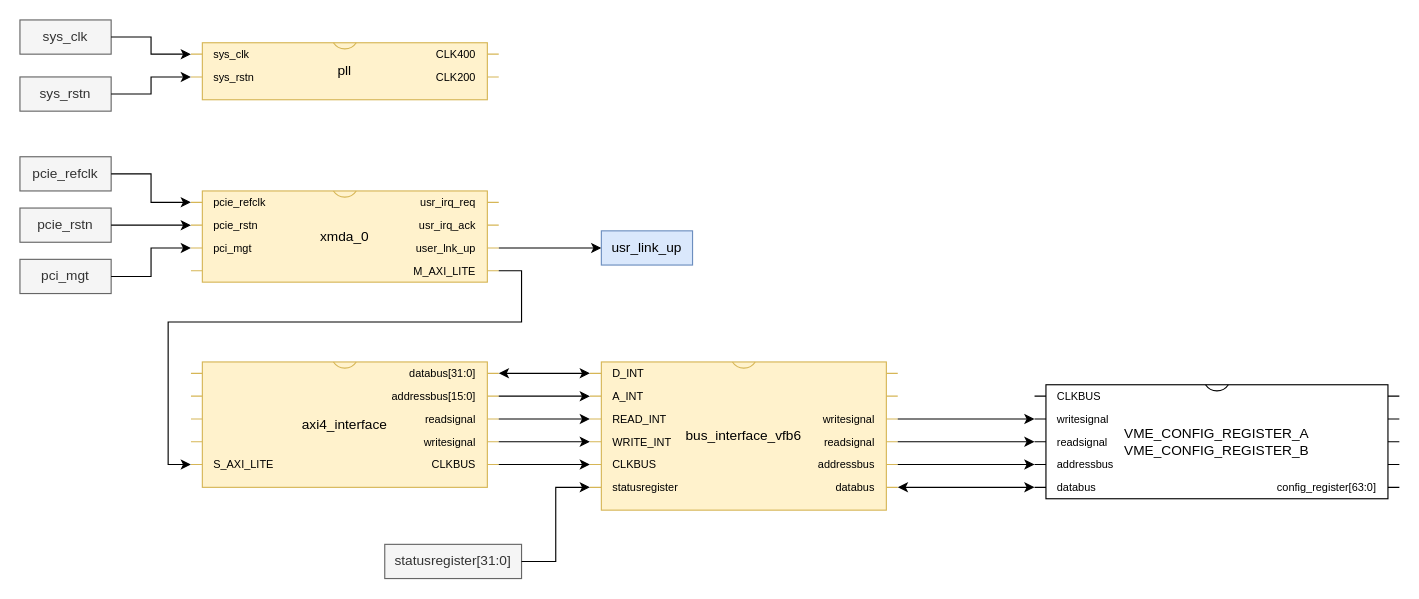
Above: documentation/diagram/axi4lite_interface/axi4lite_test.drawio in sights-c/jTDC_with_PCIe (draw.io), before the change. Source tidied: cells renumbered, new cells numbered last; positions are measured from the earlier drawing's top-left corner, leaving out a move shared by most shapes. Both pictures are drawn from the tidied source at 114%, with x=0, y=0 at pixel (19, 19).
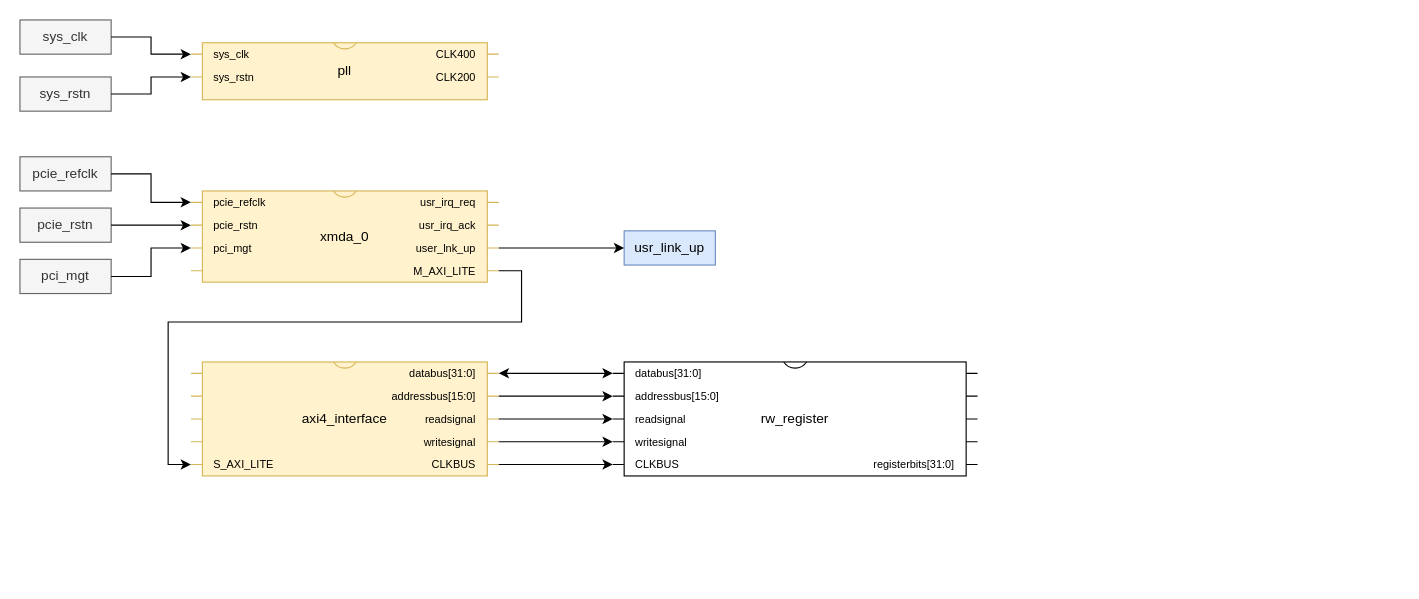
After the change.

Commit message (it also covers changes not shown here):
update axilite interface design

What changed in the source:
```diff
@@
-    <mxCell id="2" value="bus_interface_vfb6" style="shadow=0;dashed=0;align=center;html=1;strokeWidth=1;shape=mxgraph.electrical.logic_gates.dual_inline_ic;labelNames=D_INT,A_INT,READ_INT,WRITE_INT,CLKBUS,statusregister,databus,addressbus,readsignal,writesignal;whiteSpace=wrap;pinLabelType=cust;labelCount=12;fillColor=#fff2cc;strokeColor=#d6b656;" parent="1" vertex="1">
-      <mxGeometry x="500" y="300" width="270" height="130" as="geometry" />
-    </mxCell>
-    <mxCell id="3" value="VME_CONFIG_REGISTER_A&lt;div&gt;VME_CONFIG_REGISTER_B&lt;/div&gt;" style="shadow=0;dashed=0;align=center;html=1;strokeWidth=1;shape=mxgraph.electrical.logic_gates.dual_inline_ic;labelNames=CLKBUS,writesignal,readsignal,addressbus,databus,config_register[63:0];whiteSpace=wrap;pinLabelType=cust;labelCount=6;" parent="1" vertex="1">
-      <mxGeometry x="890" y="320" width="320" height="100" as="geometry" />
+    <mxCell id="3" value="rw_register" style="shadow=0;dashed=0;align=center;html=1;strokeWidth=1;shape=mxgraph.electrical.logic_gates.dual_inline_ic;labelNames=databus%5B31%3A0%5D,addressbus%5B15%3A0%5D,readsignal,writesignal,CLKBUS,registerbits%5B31%3A0%5D;whiteSpace=wrap;pinLabelType=cust;labelCount=6;" parent="1" vertex="1">
+      <mxGeometry x="520" y="300" width="320" height="100" as="geometry" />
     </mxCell>
-    <mxCell id="4" value="statusregister[31:0]" style="text;html=1;align=center;verticalAlign=middle;whiteSpace=wrap;rounded=0;fillColor=#f5f5f5;fontColor=#333333;strokeColor=#666666;" parent="1" vertex="1">
-      <mxGeometry x="320" y="460" width="120" height="30" as="geometry" />
-    </mxCell>
-    <mxCell id="5" style="edgeStyle=orthogonalEdgeStyle;rounded=0;jettySize=auto;html=1;exitX=1;exitY=0.5;exitDx=0;exitDy=0;entryX=0;entryY=0;entryDx=0;entryDy=110;entryPerimeter=0;" parent="1" edge="1" source="4" target="2">
-      <mxGeometry relative="1" as="geometry" />
-    </mxCell>
     <mxCell id="6" value="axi4_interface" style="shadow=0;dashed=0;align=center;html=1;strokeWidth=1;shape=mxgraph.electrical.logic_gates.dual_inline_ic;labelNames=,,,,S_AXI_LITE,CLKBUS,writesignal,readsignal,addressbus%5B15%3A0%5D,databus%5B31%3A0%5D;whiteSpace=wrap;pinLabelType=cust;labelCount=10;fillColor=#fff2cc;strokeColor=#d6b656;" parent="1" vertex="1">
-      <mxGeometry x="150" y="300" width="270" height="110" as="geometry" />
+      <mxGeometry x="150" y="300" width="270" height="100" as="geometry" />
     </mxCell>
-    <mxCell id="7" style="edgeStyle=orthogonalEdgeStyle;rounded=0;jettySize=auto;html=1;exitX=1;exitY=0;exitDx=0;exitDy=90;exitPerimeter=0;entryX=0;entryY=0;entryDx=0;entryDy=90;entryPerimeter=0;" parent="1" edge="1" source="6" target="2">
-      <mxGeometry relative="1" as="geometry" />
-    </mxCell>
-    <mxCell id="8" style="edgeStyle=orthogonalEdgeStyle;rounded=0;jettySize=auto;html=1;exitX=1;exitY=0;exitDx=0;exitDy=70;exitPerimeter=0;entryX=0;entryY=0;entryDx=0;entryDy=70;entryPerimeter=0;" parent="1" edge="1" source="6" target="2">
-      <mxGeometry relative="1" as="geometry" />
-    </mxCell>
-    <mxCell id="9" style="edgeStyle=orthogonalEdgeStyle;rounded=0;jettySize=auto;html=1;exitX=1;exitY=0;exitDx=0;exitDy=50;exitPerimeter=0;entryX=0;entryY=0;entryDx=0;entryDy=50;entryPerimeter=0;" parent="1" edge="1" source="6" target="2">
-      <mxGeometry relative="1" as="geometry" />
-    </mxCell>
-    <mxCell id="10" style="edgeStyle=orthogonalEdgeStyle;rounded=0;jettySize=auto;html=1;exitX=1;exitY=0;exitDx=0;exitDy=30;exitPerimeter=0;entryX=0;entryY=0;entryDx=0;entryDy=30;entryPerimeter=0;" parent="1" edge="1" source="6" target="2">
-      <mxGeometry relative="1" as="geometry" />
-    </mxCell>
-    <mxCell id="11" style="edgeStyle=orthogonalEdgeStyle;rounded=0;jettySize=auto;html=1;exitX=1;exitY=0;exitDx=0;exitDy=10;exitPerimeter=0;entryX=0;entryY=0;entryDx=0;entryDy=10;entryPerimeter=0;startArrow=classic;startFill=1;" parent="1" edge="1" source="6" target="2">
-      <mxGeometry relative="1" as="geometry" />
-    </mxCell>
@@
     <mxCell id="23" value="usr_link_up" style="text;html=1;align=center;verticalAlign=middle;whiteSpace=wrap;rounded=0;fillColor=#dae8fc;strokeColor=#6c8ebf;" parent="1" vertex="1">
-      <mxGeometry x="510" y="185" width="80" height="30" as="geometry" />
+      <mxGeometry x="530" y="185" width="80" height="30" as="geometry" />
     </mxCell>
@@
-    <mxCell id="25" style="edgeStyle=orthogonalEdgeStyle;rounded=0;jettySize=auto;html=1;exitX=1;exitY=0;exitDx=0;exitDy=50;exitPerimeter=0;entryX=0;entryY=0;entryDx=0;entryDy=30;entryPerimeter=0;" parent="1" edge="1" source="2" target="3">
-      <mxGeometry relative="1" as="geometry" />
-    </mxCell>
-    <mxCell id="26" style="edgeStyle=orthogonalEdgeStyle;rounded=0;jettySize=auto;html=1;exitX=1;exitY=0;exitDx=0;exitDy=70;exitPerimeter=0;entryX=0;entryY=0;entryDx=0;entryDy=50;entryPerimeter=0;" parent="1" edge="1" source="2" target="3">
-      <mxGeometry relative="1" as="geometry" />
-    </mxCell>
-    <mxCell id="27" style="edgeStyle=orthogonalEdgeStyle;rounded=0;jettySize=auto;html=1;exitX=1;exitY=0;exitDx=0;exitDy=90;exitPerimeter=0;entryX=0;entryY=0;entryDx=0;entryDy=70;entryPerimeter=0;" parent="1" edge="1" source="2" target="3">
-      <mxGeometry relative="1" as="geometry" />
-    </mxCell>
-    <mxCell id="28" style="edgeStyle=orthogonalEdgeStyle;rounded=0;jettySize=auto;html=1;exitX=1;exitY=0;exitDx=0;exitDy=110;exitPerimeter=0;entryX=0;entryY=0;entryDx=0;entryDy=90;entryPerimeter=0;startArrow=classic;startFill=1;" parent="1" edge="1" source="2" target="3">
-      <mxGeometry relative="1" as="geometry" />
-    </mxCell>
@@
+    <mxCell id="31" style="edgeStyle=orthogonalEdgeStyle;rounded=0;jettySize=auto;html=1;exitX=1;exitY=0;exitDx=0;exitDy=10;exitPerimeter=0;entryX=0;entryY=0;entryDx=0;entryDy=10;entryPerimeter=0;startArrow=classic;startFill=1;" parent="1" edge="1" source="6" target="3">
+      <mxGeometry relative="1" as="geometry" />
+    </mxCell>
+    <mxCell id="32" style="edgeStyle=orthogonalEdgeStyle;rounded=0;jettySize=auto;html=1;exitX=1;exitY=0;exitDx=0;exitDy=30;exitPerimeter=0;entryX=0;entryY=0;entryDx=0;entryDy=30;entryPerimeter=0;" parent="1" edge="1" source="6" target="3">
+      <mxGeometry relative="1" as="geometry" />
+    </mxCell>
+    <mxCell id="33" style="edgeStyle=orthogonalEdgeStyle;rounded=0;jettySize=auto;html=1;exitX=1;exitY=0;exitDx=0;exitDy=50;exitPerimeter=0;entryX=0;entryY=0;entryDx=0;entryDy=50;entryPerimeter=0;" parent="1" edge="1" source="6" target="3">
+      <mxGeometry relative="1" as="geometry" />
+    </mxCell>
+    <mxCell id="34" style="edgeStyle=orthogonalEdgeStyle;rounded=0;jettySize=auto;html=1;exitX=1;exitY=0;exitDx=0;exitDy=70;exitPerimeter=0;entryX=0;entryY=0;entryDx=0;entryDy=70;entryPerimeter=0;" parent="1" edge="1" source="6" target="3">
+      <mxGeometry relative="1" as="geometry" />
+    </mxCell>
+    <mxCell id="35" style="edgeStyle=orthogonalEdgeStyle;rounded=0;jettySize=auto;html=1;exitX=1;exitY=0;exitDx=0;exitDy=90;exitPerimeter=0;entryX=0;entryY=0;entryDx=0;entryDy=90;entryPerimeter=0;" parent="1" edge="1" source="6" target="3">
+      <mxGeometry relative="1" as="geometry" />
+    </mxCell>
```
